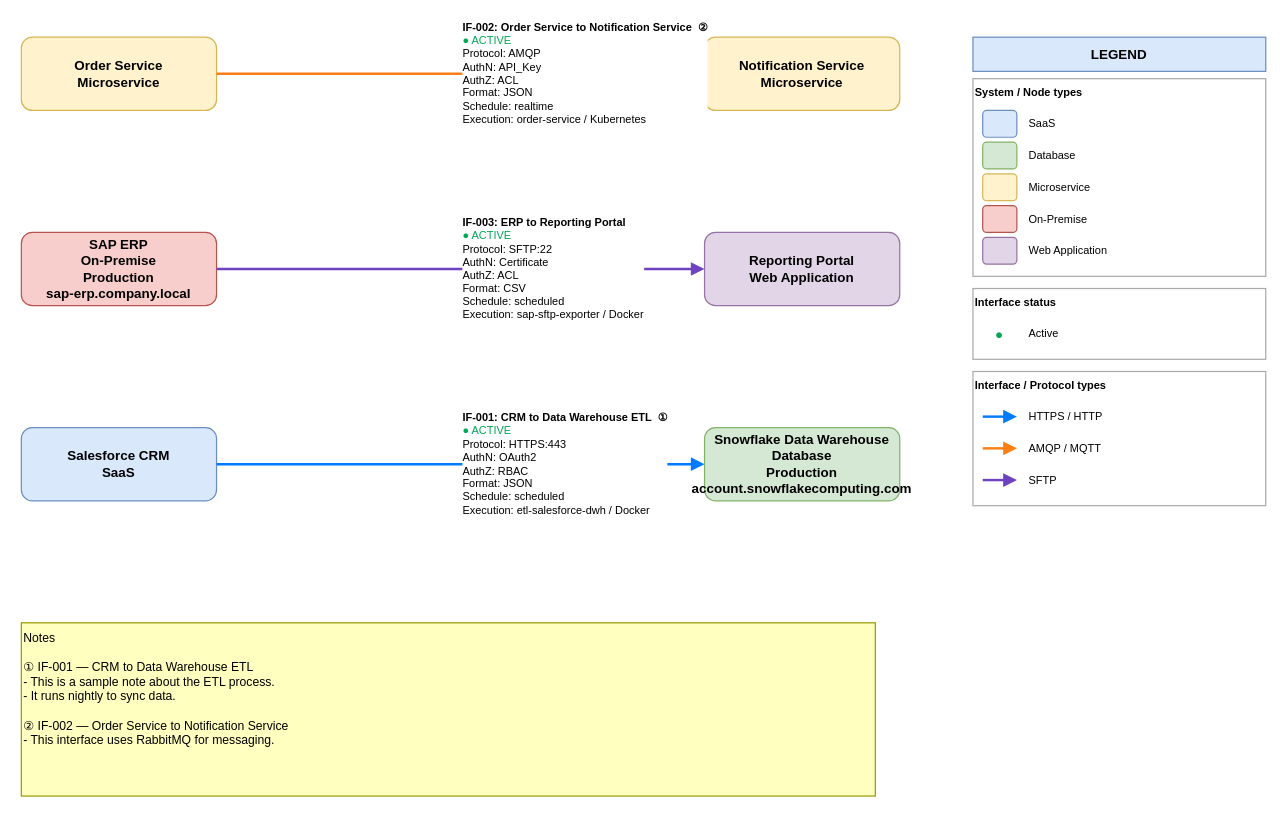
joshuamfrancis/Wikis keeps this draw.io diagram as interfaces.drawio. Above is the earlier version. Source tidied: cells renumbered, new cells numbered last; positions are measured from the earlier drawing's top-left corner, leaving out a move shared by most shapes. Both pictures are drawn from the tidied source at 122%, with x=0, y=0 at pixel (21, 37).
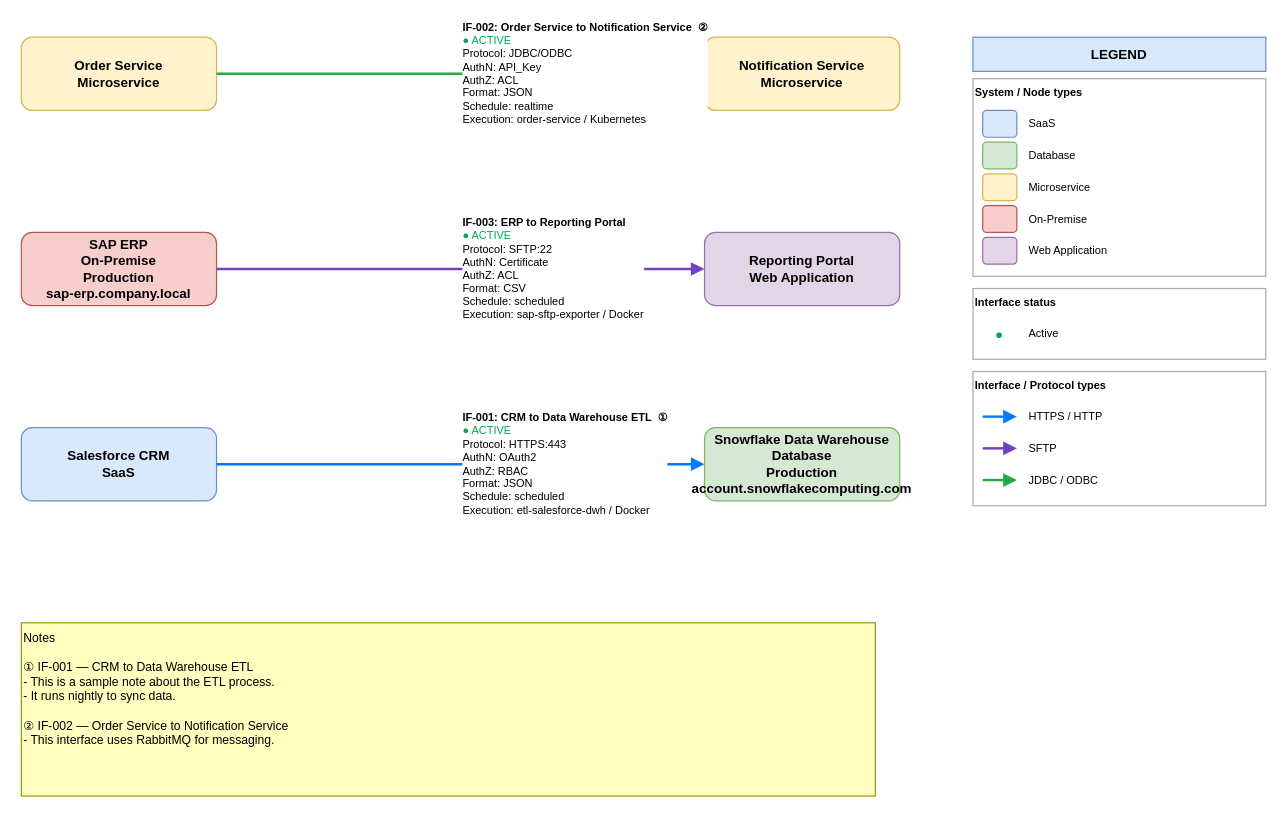
The same diagram, later.

Commit message (it also covers changes not shown here):
update protocol to have jdbc/odcb

The change refers to these unchanged cells:
```xml
<mxCell id="4" value="Order Service&#10;Microservice" style="rounded=1;whiteSpace=wrap;html=0;fillColor=#fff2cc;strokeColor=#d6b656;fontStyle=1;fontSize=11;" parent="1" vertex="1">
  <mxGeometry width="160" height="60" as="geometry" />
</mxCell>
<mxCell id="5" value="Notification Service&#10;Microservice" style="rounded=1;whiteSpace=wrap;html=0;fillColor=#fff2cc;strokeColor=#d6b656;fontStyle=1;fontSize=11;" parent="1" vertex="1">
  <mxGeometry x="560" width="160" height="60" as="geometry" />
</mxCell>
<mxCell id="28" value="Interface / Protocol types" style="rounded=0;whiteSpace=wrap;html=0;fillColor=#ffffff;strokeColor=#aaaaaa;verticalAlign=top;align=left;fontStyle=1;fontSize=9;" parent="12" vertex="1">
  <mxGeometry y="274" width="240" height="110" as="geometry" />
</mxCell>
```

Change to the diagram source:
```diff
@@
-    <mxCell id="9" value="&lt;b&gt;IF-002: Order Service to Notification Service  ②&lt;/b&gt;&lt;br&gt;&lt;font color=&quot;#00a854&quot;&gt;● ACTIVE&lt;/font&gt;&lt;br&gt;Protocol: AMQP&lt;br&gt;AuthN: API_Key&lt;br&gt;AuthZ: ACL&lt;br&gt;Format: JSON&lt;br&gt;Schedule: realtime&lt;br&gt;Execution: order-service / Kubernetes" style="edgeStyle=orthogonalEdgeStyle;rounded=1;jettySize=auto;html=1;strokeColor=#fd7e14;strokeWidth=2;startArrow=none;endArrow=block;fontStyle=0;fontSize=9;align=left;verticalAlign=middle;" parent="1" edge="1" source="4" target="5">
+    <mxCell id="9" value="&lt;b&gt;IF-002: Order Service to Notification Service  ②&lt;/b&gt;&lt;br&gt;&lt;font color=&quot;#00a854&quot;&gt;● ACTIVE&lt;/font&gt;&lt;br&gt;Protocol: JDBC/ODBC&lt;br&gt;AuthN: API_Key&lt;br&gt;AuthZ: ACL&lt;br&gt;Format: JSON&lt;br&gt;Schedule: realtime&lt;br&gt;Execution: order-service / Kubernetes" style="edgeStyle=orthogonalEdgeStyle;rounded=1;jettySize=auto;html=1;strokeColor=#28a745;strokeWidth=2;startArrow=none;endArrow=block;fontStyle=0;fontSize=9;align=left;verticalAlign=middle;" parent="1" edge="1" source="4" target="5">
       <mxGeometry relative="1" as="geometry" />
     </mxCell>
@@
-    <mxCell id="31" style="endArrow=block;startArrow=none;html=0;strokeColor=#fd7e14;strokeWidth=2;" parent="28" edge="1">
+    <mxCell id="31" style="endArrow=block;startArrow=none;html=0;strokeColor=#6f42c1;strokeWidth=2;" parent="28" edge="1">
       <mxGeometry relative="1" as="geometry">
         <mxPoint x="8" y="63" as="sourcePoint" />
         <mxPoint x="36" y="63" as="targetPoint" />
       </mxGeometry>
     </mxCell>
-    <mxCell id="32" value="AMQP / MQTT" style="text;html=0;strokeColor=none;fillColor=none;align=left;verticalAlign=middle;fontSize=9;" parent="28" vertex="1">
+    <mxCell id="32" value="SFTP" style="text;html=0;strokeColor=none;fillColor=none;align=left;verticalAlign=middle;fontSize=9;" parent="28" vertex="1">
       <mxGeometry x="44" y="52" width="188" height="22" as="geometry" />
     </mxCell>
-    <mxCell id="33" style="endArrow=block;startArrow=none;html=0;strokeColor=#6f42c1;strokeWidth=2;" parent="28" edge="1">
+    <mxCell id="33" style="endArrow=block;startArrow=none;html=0;strokeColor=#28a745;strokeWidth=2;" parent="28" edge="1">
       <mxGeometry relative="1" as="geometry">
         <mxPoint x="8" y="89" as="sourcePoint" />
         <mxPoint x="36" y="89" as="targetPoint" />
       </mxGeometry>
     </mxCell>
-    <mxCell id="34" value="SFTP" style="text;html=0;strokeColor=none;fillColor=none;align=left;verticalAlign=middle;fontSize=9;" parent="28" vertex="1">
+    <mxCell id="34" value="JDBC / ODBC" style="text;html=0;strokeColor=none;fillColor=none;align=left;verticalAlign=middle;fontSize=9;" parent="28" vertex="1">
       <mxGeometry x="44" y="78" width="188" height="22" as="geometry" />
     </mxCell>
```
